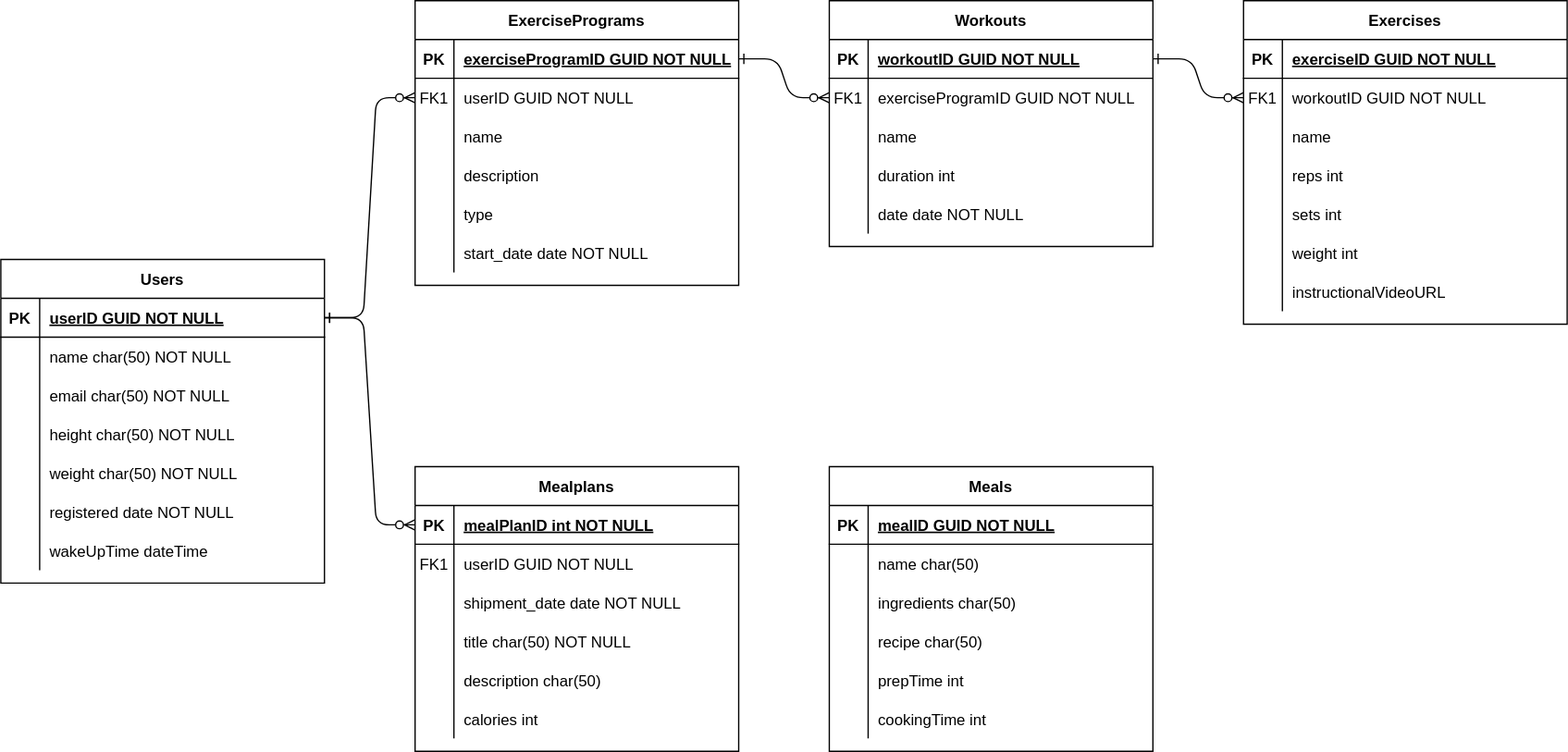
This is Entity Diagram.drawio.svg from Teknikos/FitnessApp, a draw.io export, as it was before one commit. Source tidied: cells renumbered, new cells last; positions are measured from the earlier drawing's top-left corner, leaving out a move shared by most shapes.
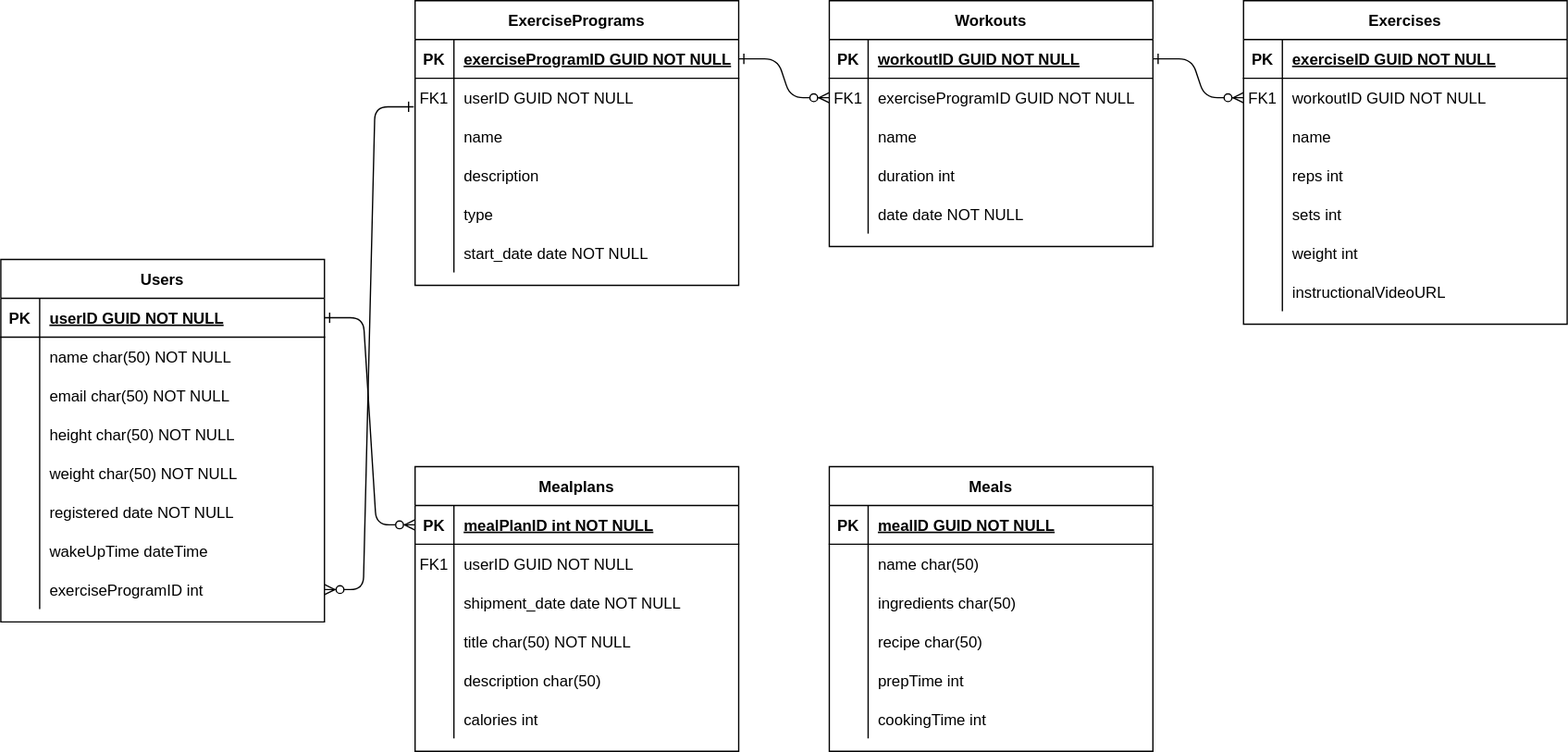
After the commit.

What changed in the source:
```diff
@@ -2,7 +2,7 @@
   <root>
     <mxCell id="0" />
     <mxCell id="1" parent="0" />
-    <mxCell id="2" style="edgeStyle=entityRelationEdgeStyle;endArrow=ERzeroToMany;startArrow=ERone;endFill=1;startFill=0;" parent="1" edge="1" source="42" target="7">
+    <mxCell id="2" style="edgeStyle=entityRelationEdgeStyle;endArrow=ERzeroToMany;startArrow=ERone;endFill=1;startFill=0;exitX=-0.004;exitY=0.733;exitDx=0;exitDy=0;exitPerimeter=0;" parent="1" edge="1" source="7" target="131">
       <mxGeometry relative="1" as="geometry" />
     </mxCell>
     <mxCell id="3" value="ExercisePrograms" style="shape=table;startSize=30;rowLines=0;fontStyle=1;align=center;" parent="1" vertex="1">
@@ -120,7 +120,7 @@
       <mxGeometry x="30" width="220" height="30" as="geometry" />
     </mxCell>
     <mxCell id="41" value="Users" style="shape=table;startSize=30;rowLines=0;fontStyle=1;align=center;" parent="1" vertex="1">
-      <mxGeometry y="200" width="250" height="250" as="geometry" />
+      <mxGeometry y="200" width="250" height="280" as="geometry" />
     </mxCell>
     <mxCell id="42" style="shape=partialRectangle;fillColor=none;points=[[0,0.5],[1,0.5]];portConstraint=eastwest;top=0;left=0;right=0;bottom=1;" parent="41" vertex="1">
       <mxGeometry y="30" width="250" height="30" as="geometry" />
@@ -185,6 +185,15 @@
     <mxCell id="62" value="wakeUpTime dateTime" style="shape=partialRectangle;overflow=hidden;fillColor=none;top=0;left=0;bottom=0;right=0;align=left;spacingLeft=6;" parent="60" vertex="1">
       <mxGeometry x="30" width="220" height="30" as="geometry" />
     </mxCell>
+    <mxCell id="131" style="shape=partialRectangle;fillColor=none;points=[[0,0.5],[1,0.5]];portConstraint=eastwest;top=0;left=0;right=0;bottom=0;" parent="41" vertex="1">
+      <mxGeometry y="240" width="250" height="30" as="geometry" />
+    </mxCell>
+    <mxCell id="132" style="shape=partialRectangle;overflow=hidden;fillColor=none;top=0;left=0;bottom=0;right=0;" parent="131" vertex="1">
+      <mxGeometry width="30" height="30" as="geometry" />
+    </mxCell>
+    <mxCell id="133" value="exerciseProgramID int" style="shape=partialRectangle;overflow=hidden;fillColor=none;top=0;left=0;bottom=0;right=0;align=left;spacingLeft=6;" parent="131" vertex="1">
+      <mxGeometry x="30" width="220" height="30" as="geometry" />
+    </mxCell>
     <mxCell id="63" style="shape=partialRectangle;overflow=hidden;fillColor=none;top=0;left=0;bottom=0;right=0;" parent="1" vertex="1">
       <mxGeometry y="290" width="30" height="30" as="geometry" />
     </mxCell>
```
